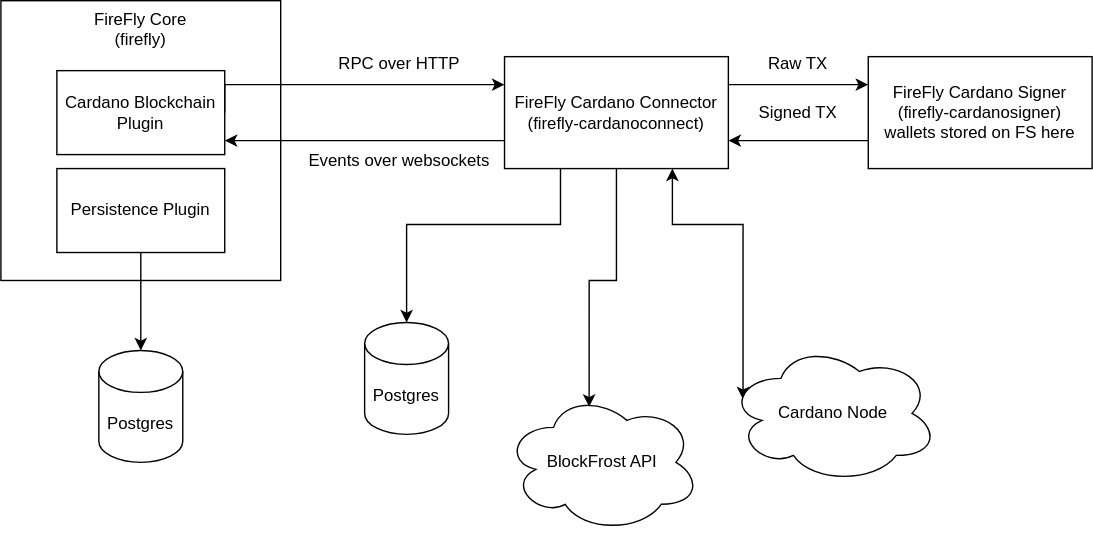
Earlier version of the draw.io export arch.svg (hyperledger/firefly-cardano). Source tidied: cells renumbered, new cells last; positions are measured from the earlier drawing's top-left corner, leaving out a move shared by most shapes.
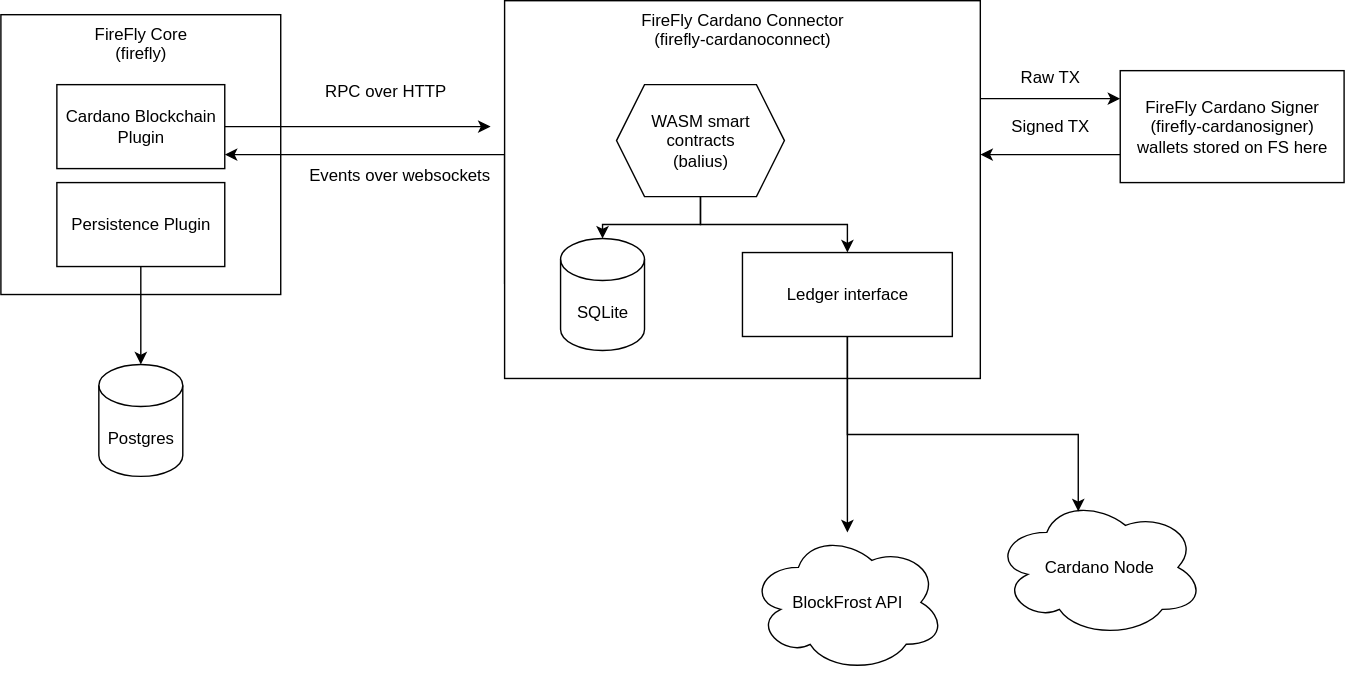
Later version of the same file.

Commit message:
docs: update architecture digram

What changed in the source:
```diff
@@ -5,13 +5,11 @@
     <mxCell id="2" value="&lt;div&gt;FireFly Core&lt;/div&gt;&lt;div&gt;(firefly)&lt;br&gt;&lt;/div&gt;" style="whiteSpace=wrap;html=1;verticalAlign=top;" parent="1" vertex="1">
       <mxGeometry width="200" height="200" as="geometry" />
     </mxCell>
-    <mxCell id="3" style="edgeStyle=orthogonalEdgeStyle;rounded=0;jettySize=auto;html=1;exitX=1;exitY=0.5;exitDx=0;exitDy=0;entryX=0;entryY=0.25;entryDx=0;entryDy=0;curved=0;" parent="1" edge="1" source="4" target="7">
-      <mxGeometry relative="1" as="geometry">
-        <Array as="points">
-          <mxPoint x="160" y="60" />
-        </Array>
-      </mxGeometry>
-    </mxCell>
+    <mxCell id="23" style="edgeStyle=orthogonalEdgeStyle;rounded=0;jettySize=auto;html=1;" parent="1" edge="1" source="4">
+      <mxGeometry relative="1" as="geometry">
+        <mxPoint x="350" y="80" as="targetPoint" />
+      </mxGeometry>
+    </mxCell>
     <mxCell id="4" value="Cardano Blockchain Plugin" style="rounded=0;whiteSpace=wrap;html=1;" parent="1" vertex="1">
       <mxGeometry x="40" y="50" width="120" height="60" as="geometry" />
     </mxCell>
@@ -25,12 +23,12 @@
     </mxCell>
     <mxCell id="6" style="edgeStyle=orthogonalEdgeStyle;rounded=0;orthogonalLoop=1;jettySize=auto;html=1;exitX=1;exitY=0.5;exitDx=0;exitDy=0;" parent="1" edge="1">
       <mxGeometry relative="1" as="geometry">
-        <mxPoint x="520" y="60" as="sourcePoint" />
-        <mxPoint x="620" y="60" as="targetPoint" />
+        <mxPoint x="700" y="60" as="sourcePoint" />
+        <mxPoint x="800" y="60" as="targetPoint" />
       </mxGeometry>
     </mxCell>
-    <mxCell id="7" value="FireFly Cardano Connector&lt;br&gt;(firefly-cardanoconnect)" style="rounded=0;whiteSpace=wrap;html=1;" parent="1" vertex="1">
-      <mxGeometry x="360" y="40" width="160" height="80" as="geometry" />
+    <mxCell id="7" value="&lt;div align=&quot;center&quot;&gt;FireFly Cardano Connector&lt;br&gt;(firefly-cardanoconnect)&lt;/div&gt;" style="rounded=0;whiteSpace=wrap;html=1;align=center;verticalAlign=top;" parent="1" vertex="1">
+      <mxGeometry x="360" y="-10" width="340" height="270" as="geometry" />
     </mxCell>
     <mxCell id="8" value="Persistence Plugin" style="rounded=0;whiteSpace=wrap;html=1;" parent="1" vertex="1">
       <mxGeometry x="40" y="120" width="120" height="60" as="geometry" />
@@ -38,11 +36,11 @@
     <mxCell id="9" value="Postgres" style="shape=cylinder3;whiteSpace=wrap;html=1;boundedLbl=1;backgroundOutline=1;size=15;" parent="1" vertex="1">
       <mxGeometry x="70" y="250" width="60" height="80" as="geometry" />
     </mxCell>
-    <mxCell id="10" value="Postgres" style="shape=cylinder3;whiteSpace=wrap;html=1;boundedLbl=1;backgroundOutline=1;size=15;" parent="1" vertex="1">
-      <mxGeometry x="260" y="230" width="60" height="80" as="geometry" />
+    <mxCell id="10" value="SQLite" style="shape=cylinder3;whiteSpace=wrap;html=1;boundedLbl=1;backgroundOutline=1;size=15;" parent="1" vertex="1">
+      <mxGeometry x="400" y="160" width="60" height="80" as="geometry" />
     </mxCell>
     <mxCell id="11" value="RPC over HTTP" style="text;html=1;align=center;verticalAlign=middle;whiteSpace=wrap;rounded=0;" parent="1" vertex="1">
-      <mxGeometry x="220" y="30" width="130" height="30" as="geometry" />
+      <mxGeometry x="210" y="40" width="130" height="30" as="geometry" />
     </mxCell>
     <mxCell id="12" value="Events over websockets" style="text;html=1;align=center;verticalAlign=middle;whiteSpace=wrap;rounded=0;" parent="1" vertex="1">
       <mxGeometry x="210" y="100" width="150" height="30" as="geometry" />
@@ -51,41 +49,47 @@
       <mxGeometry relative="1" as="geometry" />
     </mxCell>
     <mxCell id="14" value="BlockFrost API" style="ellipse;shape=cloud;whiteSpace=wrap;html=1;" parent="1" vertex="1">
-      <mxGeometry x="360" y="280" width="140" height="100" as="geometry" />
+      <mxGeometry x="535" y="370" width="140" height="100" as="geometry" />
     </mxCell>
-    <mxCell id="15" style="edgeStyle=orthogonalEdgeStyle;rounded=0;jettySize=auto;html=1;exitX=0;exitY=0.75;exitDx=0;exitDy=0;entryX=1;entryY=0.75;entryDx=0;entryDy=0;" parent="1" edge="1" source="16" target="7">
-      <mxGeometry relative="1" as="geometry" />
+    <mxCell id="15" style="edgeStyle=orthogonalEdgeStyle;rounded=0;jettySize=auto;html=1;exitX=0;exitY=0.75;exitDx=0;exitDy=0;entryX=1;entryY=0.75;entryDx=0;entryDy=0;" parent="1" edge="1" source="16">
+      <mxGeometry relative="1" as="geometry">
+        <mxPoint x="700" y="100" as="targetPoint" />
+      </mxGeometry>
     </mxCell>
     <mxCell id="16" value="FireFly Cardano Signer&lt;br&gt;(firefly-cardanosigner)&lt;br&gt;wallets stored on FS here" style="rounded=0;whiteSpace=wrap;html=1;" parent="1" vertex="1">
-      <mxGeometry x="620" y="40" width="160" height="80" as="geometry" />
+      <mxGeometry x="800" y="40" width="160" height="80" as="geometry" />
     </mxCell>
-    <mxCell id="17" style="edgeStyle=orthogonalEdgeStyle;rounded=0;jettySize=auto;html=1;exitX=0.07;exitY=0.4;exitDx=0;exitDy=0;exitPerimeter=0;entryX=0.75;entryY=1;entryDx=0;entryDy=0;startArrow=classic;startFill=1;" parent="1" edge="1" source="18" target="7">
-      <mxGeometry relative="1" as="geometry">
-        <Array as="points">
-          <mxPoint x="531" y="160" />
-          <mxPoint x="480" y="160" />
-        </Array>
-      </mxGeometry>
-    </mxCell>
     <mxCell id="18" value="Cardano Node" style="ellipse;shape=cloud;whiteSpace=wrap;html=1;" parent="1" vertex="1">
-      <mxGeometry x="520" y="245" width="150" height="100" as="geometry" />
+      <mxGeometry x="710" y="345" width="150" height="100" as="geometry" />
     </mxCell>
-    <mxCell id="19" style="edgeStyle=orthogonalEdgeStyle;rounded=0;jettySize=auto;html=1;exitX=0.25;exitY=1;exitDx=0;exitDy=0;entryX=0.5;entryY=0;entryDx=0;entryDy=0;entryPerimeter=0;" parent="1" edge="1" source="7" target="10">
-      <mxGeometry relative="1" as="geometry">
-        <Array as="points">
-          <mxPoint x="400" y="160" />
-          <mxPoint x="290" y="160" />
-        </Array>
-      </mxGeometry>
-    </mxCell>
-    <mxCell id="20" style="edgeStyle=orthogonalEdgeStyle;rounded=0;jettySize=auto;html=1;exitX=0.5;exitY=1;exitDx=0;exitDy=0;entryX=0.432;entryY=0.103;entryDx=0;entryDy=0;entryPerimeter=0;" parent="1" edge="1" source="7" target="14">
-      <mxGeometry relative="1" as="geometry" />
-    </mxCell>
     <mxCell id="21" value="Raw TX" style="text;html=1;align=center;verticalAlign=middle;whiteSpace=wrap;rounded=0;" parent="1" vertex="1">
-      <mxGeometry x="540" y="30" width="60" height="30" as="geometry" />
+      <mxGeometry x="720" y="30" width="60" height="30" as="geometry" />
     </mxCell>
     <mxCell id="22" value="Signed TX" style="text;html=1;align=center;verticalAlign=middle;whiteSpace=wrap;rounded=0;" parent="1" vertex="1">
-      <mxGeometry x="540" y="65" width="60" height="30" as="geometry" />
+      <mxGeometry x="720" y="65" width="60" height="30" as="geometry" />
     </mxCell>
+    <mxCell id="24" style="edgeStyle=orthogonalEdgeStyle;rounded=0;jettySize=auto;html=1;" parent="1" edge="1" source="25" target="14">
+      <mxGeometry relative="1" as="geometry" />
+    </mxCell>
+    <mxCell id="25" value="Ledger interface" style="rounded=0;whiteSpace=wrap;html=1;" parent="1" vertex="1">
+      <mxGeometry x="530" y="170" width="150" height="60" as="geometry" />
+    </mxCell>
+    <mxCell id="26" style="edgeStyle=orthogonalEdgeStyle;rounded=0;jettySize=auto;html=1;entryX=0.4;entryY=0.1;entryDx=0;entryDy=0;entryPerimeter=0;" parent="1" edge="1" source="25" target="18">
+      <mxGeometry relative="1" as="geometry">
+        <Array as="points">
+          <mxPoint x="605" y="300" />
+          <mxPoint x="770" y="300" />
+        </Array>
+      </mxGeometry>
+    </mxCell>
+    <mxCell id="27" style="edgeStyle=orthogonalEdgeStyle;rounded=0;jettySize=auto;html=1;" parent="1" edge="1" source="28" target="25">
+      <mxGeometry relative="1" as="geometry" />
+    </mxCell>
+    <mxCell id="28" value="WASM smart contracts&lt;br&gt;(balius)" style="shape=hexagon;perimeter=hexagonPerimeter2;whiteSpace=wrap;html=1;fixedSize=1;" parent="1" vertex="1">
+      <mxGeometry x="440" y="50" width="120" height="80" as="geometry" />
+    </mxCell>
+    <mxCell id="29" style="edgeStyle=orthogonalEdgeStyle;rounded=0;jettySize=auto;html=1;entryX=0.5;entryY=0;entryDx=0;entryDy=0;entryPerimeter=0;" parent="1" edge="1" source="28" target="10">
+      <mxGeometry relative="1" as="geometry" />
+    </mxCell>
   </root>
 </mxGraphModel>
```
